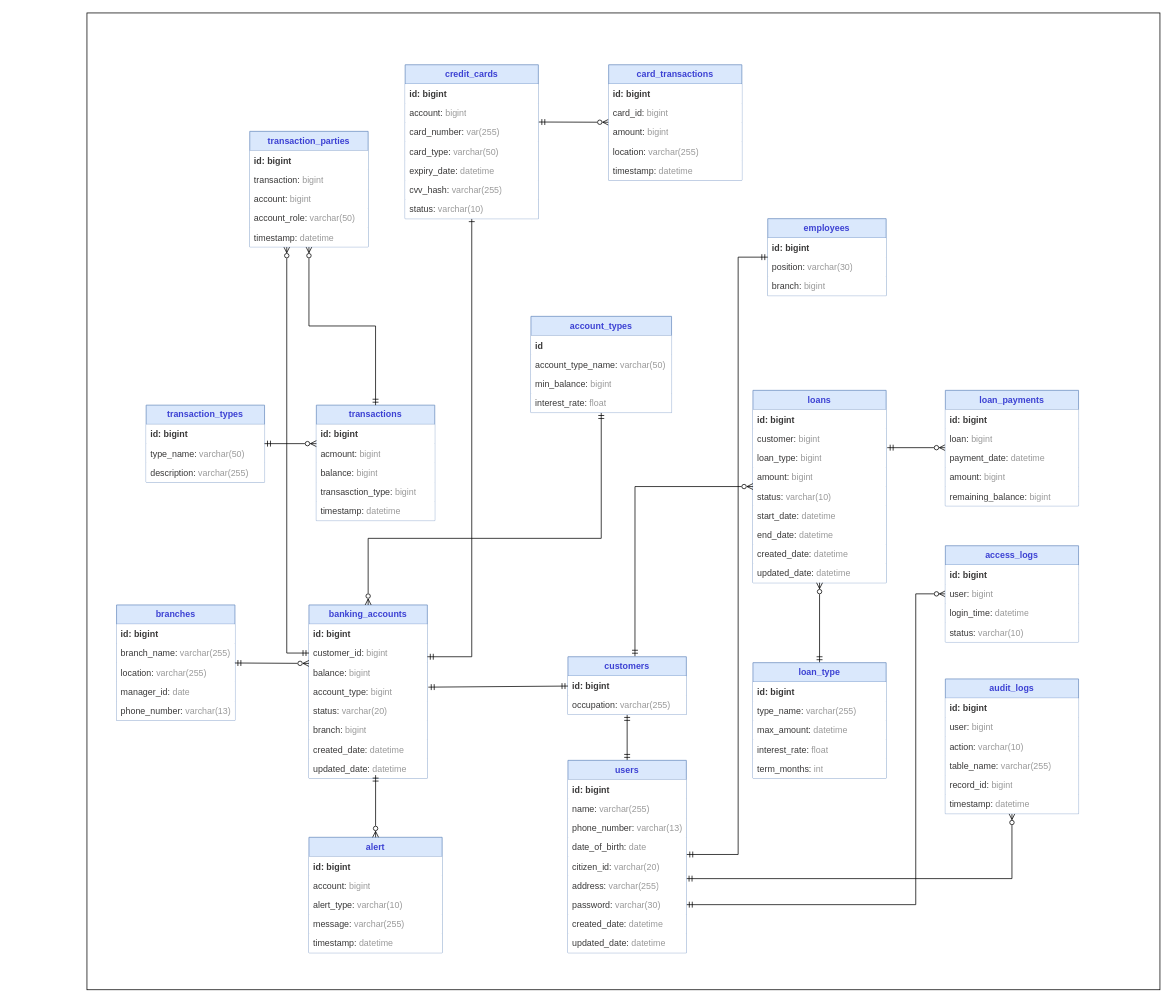
Before: banking/database/Banking Diagram.drawio in dhuy00/diagram, a draw.io diagram. Source tidied: cells renumbered, new cells numbered last; positions are measured from the earlier drawing's top-left corner, leaving out a move shared by most shapes. Both pictures are drawn from the tidied source at 74%, with x=0, y=0 at pixel (87, 13).
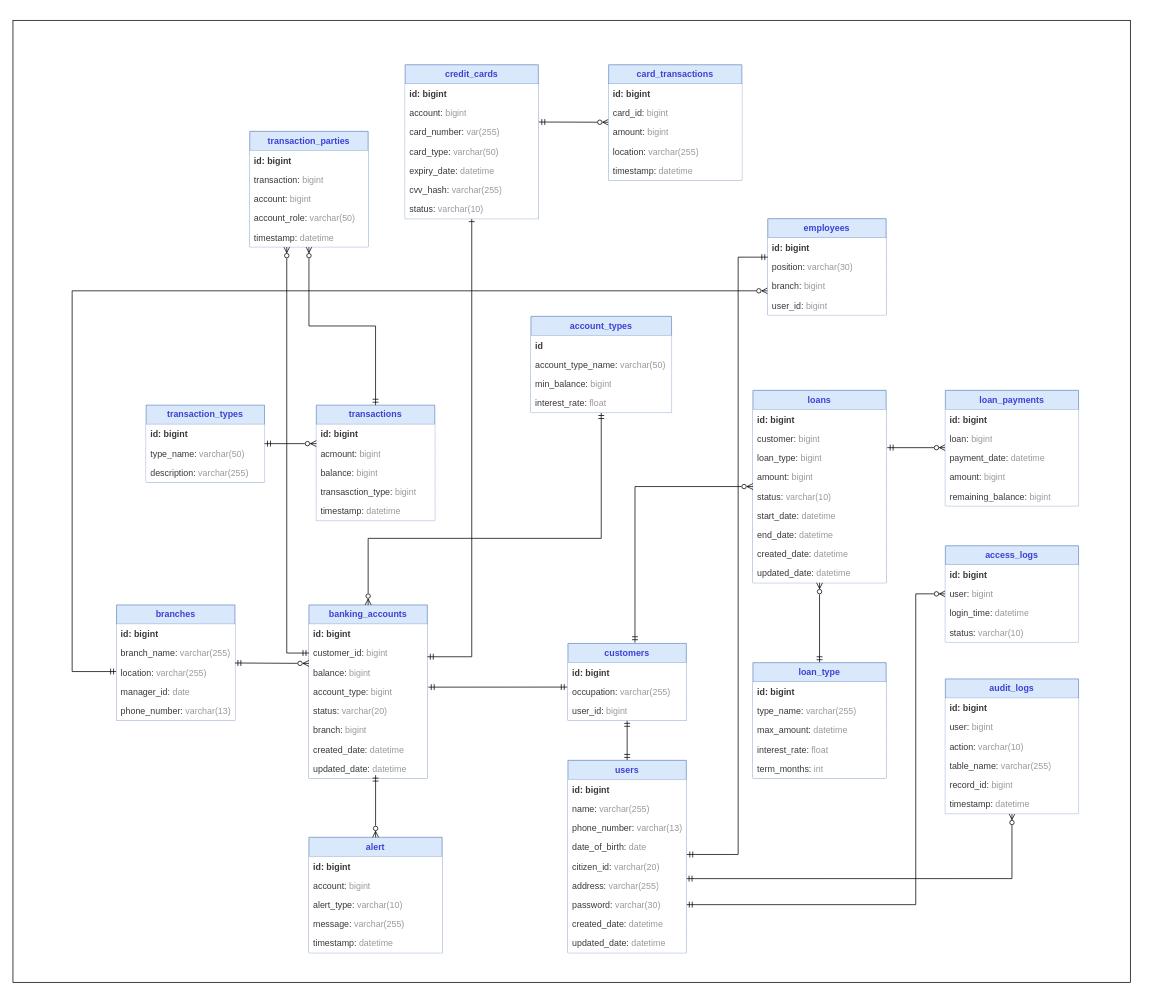
After the change.

Unchanged cells that the change refers to:
```xml
<mxCell id="11" value="account_type: &lt;font style=&quot;color: rgb(153, 153, 153);&quot;&gt;bigint&lt;/font&gt;" style="text;strokeColor=none;fillColor=default;align=left;verticalAlign=top;spacingLeft=4;spacingRight=4;overflow=hidden;points=[[0,0.5],[1,0.5]];portConstraint=eastwest;whiteSpace=wrap;html=1;fontColor=#393838;" parent="7" vertex="1">
  <mxGeometry y="104" width="160" height="26" as="geometry" />
</mxCell>
<mxCell id="100" value="branches" style="swimlane;fontStyle=1;horizontal=1;startSize=26;fillColor=#dae8fc;whiteSpace=wrap;html=1;strokeColor=#6c8ebf;fontColor=light-dark(#3c41d3, #ededed);" parent="1" vertex="1">
  <mxGeometry x="40" y="800" width="160" height="156" as="geometry" />
</mxCell>
```

Change to the diagram source:
```diff
@@
     <mxCell id="2" style="rounded=0;whiteSpace=wrap;html=1;" parent="1" vertex="1">
-      <mxGeometry width="1450" height="1320" as="geometry" />
+      <mxGeometry x="-100" y="10" width="1510" height="1300" as="geometry" />
     </mxCell>
@@
     <mxCell id="4" value="customers" style="swimlane;fontStyle=1;horizontal=1;startSize=26;fillColor=#dae8fc;whiteSpace=wrap;html=1;strokeColor=#6c8ebf;fontColor=light-dark(#3c41d3, #ededed);" parent="1" vertex="1">
-      <mxGeometry x="650" y="870" width="160" height="78" as="geometry" />
+      <mxGeometry x="650" y="852" width="160" height="104" as="geometry" />
     </mxCell>
@@
+    <mxCell id="126" value="user_id:&amp;nbsp;&lt;span style=&quot;color: rgb(153, 153, 153);&quot;&gt;bigint&lt;/span&gt;" style="text;strokeColor=none;fillColor=default;align=left;verticalAlign=top;spacingLeft=4;spacingRight=4;overflow=hidden;whiteSpace=wrap;html=1;fontColor=#393838;" parent="4" vertex="1">
+      <mxGeometry y="78" width="160" height="26" as="geometry" />
+    </mxCell>
@@
+    <mxCell id="127" style="edgeStyle=orthogonalEdgeStyle;rounded=0;jettySize=auto;html=1;entryX=0;entryY=0.75;entryDx=0;entryDy=0;startArrow=ERmandOne;startFill=0;endArrow=ERzeroToMany;endFill=0;" parent="1" edge="1" source="100" target="106">
+      <mxGeometry relative="1" as="geometry">
+        <Array as="points">
+          <mxPoint x="-20" y="890" />
+          <mxPoint x="-20" y="376" />
+        </Array>
+      </mxGeometry>
+    </mxCell>
@@
     <mxCell id="106" value="employees" style="swimlane;fontStyle=1;horizontal=1;startSize=26;fillColor=#dae8fc;whiteSpace=wrap;html=1;strokeColor=#6c8ebf;fontColor=light-dark(#3c41d3, #ededed);" parent="1" vertex="1">
-      <mxGeometry x="920" y="278" width="160" height="104" as="geometry" />
+      <mxGeometry x="920" y="278" width="160" height="130" as="geometry" />
     </mxCell>
@@
+    <mxCell id="128" value="user_id: &lt;font style=&quot;color: rgb(153, 153, 153);&quot;&gt;bigint&lt;/font&gt;" style="text;strokeColor=none;fillColor=default;align=left;verticalAlign=top;spacingLeft=4;spacingRight=4;overflow=hidden;whiteSpace=wrap;html=1;fontColor=#393838;" parent="106" vertex="1">
+      <mxGeometry y="104" width="160" height="26" as="geometry" />
+    </mxCell>
-    <mxCell id="110" style="rounded=0;jettySize=auto;html=1;entryX=1.008;entryY=0.272;entryDx=0;entryDy=0;entryPerimeter=0;endArrow=ERmandOne;endFill=0;startArrow=ERmandOne;startFill=0;" parent="1" edge="1" source="4" target="11">
-      <mxGeometry relative="1" as="geometry" />
+    <mxCell id="110" style="rounded=0;jettySize=auto;html=1;entryX=1.008;entryY=0.272;entryDx=0;entryDy=0;entryPerimeter=0;endArrow=ERmandOne;endFill=0;startArrow=ERmandOne;startFill=0;" parent="1" edge="1" target="11">
+      <mxGeometry relative="1" as="geometry">
+        <mxPoint x="649" y="911" as="sourcePoint" />
+      </mxGeometry>
     </mxCell>
```
